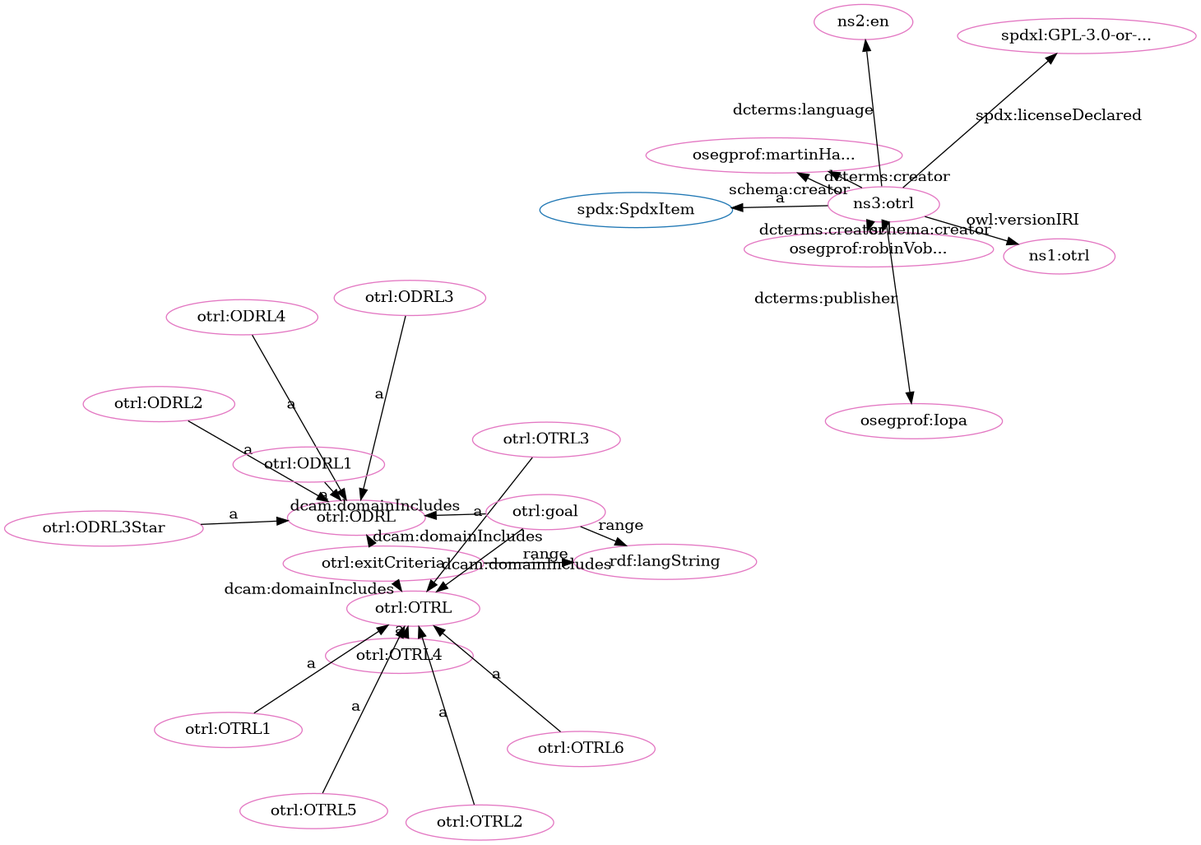
Before: src/spec/fdp_otrl-clean.png, a diagram exported from Graphviz (iop-alliance/OpenKnowHow). Its source is kept beside it as src/spec/fdp_otrl-clean.dot.
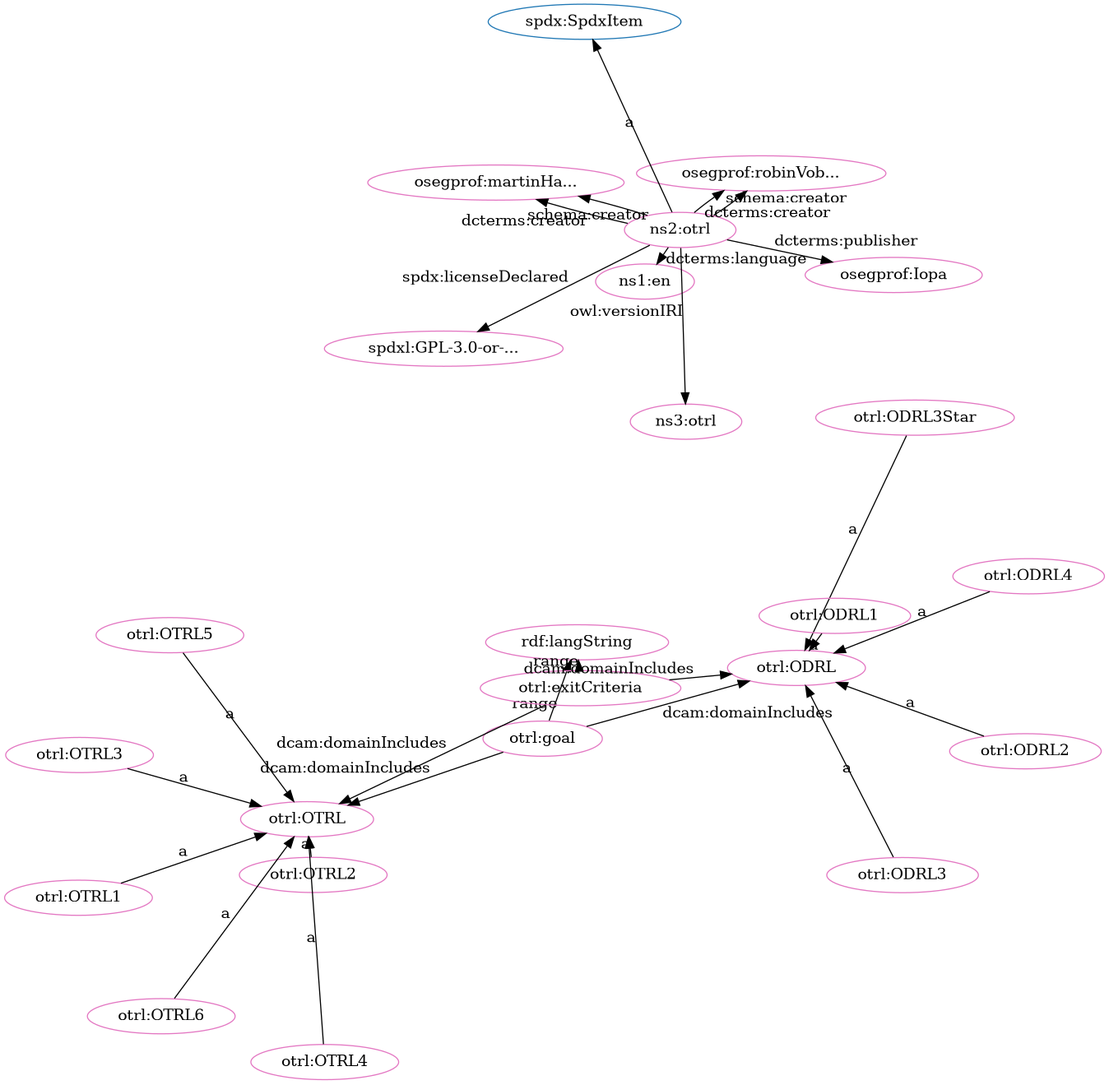
After the commit.

Change to the diagram source:
```diff
@@ -1,56 +1,56 @@
 digraph G {
   rankdir=BT
   node[height=.3]
+"http://spdx.org/rdf/terms#SpdxItem" [fillcolor="#1f77b4" color="#1f77b4" label="spdx:SpdxItem"]
 "http://w3id.org/oseg/ont/otrl#ODRL" [fillcolor="#1f77b4" color="#1f77b4" label="otrl:ODRL"]
 "http://w3id.org/oseg/ont/otrl#OTRL" [fillcolor="#1f77b4" color="#1f77b4" label="otrl:OTRL"]
-"http://spdx.org/rdf/terms#SpdxItem" [fillcolor="#1f77b4" color="#1f77b4" label="spdx:SpdxItem"]
-"http://w3id.org/oseg/ont/1.1.0/otrl" [fillcolor="#e377c2" color="#e377c2" label="ns1:otrl"]
-"http://w3id.org/oseg/ont/oseg-profiles#Iopa" [fillcolor="#e377c2" color="#e377c2" label="osegprof:Iopa"]
+"http://w3id.org/oseg/ont/otrl#OTRL2" [fillcolor="#e377c2" color="#e377c2" label="otrl:OTRL2"]
+"http://w3id.org/oseg/ont/oseg-profiles#robinVobruba" [fillcolor="#e377c2" color="#e377c2" label="osegprof:robinVob..."]
+"http://www.w3.org/1999/02/22-rdf-syntax-ns#langString" [fillcolor="#e377c2" color="#e377c2" label="rdf:langString"]
+"http://id.loc.gov/vocabulary/iso639-1/en" [fillcolor="#e377c2" color="#e377c2" label="ns1:en"]
+"http://w3id.org/oseg/ont/otrl" [fillcolor="#e377c2" color="#e377c2" label="ns2:otrl"]
+"http://w3id.org/oseg/ont/otrl#ODRL3" [fillcolor="#e377c2" color="#e377c2" label="otrl:ODRL3"]
+"http://w3id.org/oseg/ont/otrl#goal" [fillcolor="#e377c2" color="#e377c2" label="otrl:goal"]
+"http://w3id.org/oseg/ont/otrl#ODRL" [fillcolor="#e377c2" color="#e377c2" label="otrl:ODRL"]
+"http://w3id.org/oseg/ont/otrl#exitCriteria" [fillcolor="#e377c2" color="#e377c2" label="otrl:exitCriteria"]
 "http://w3id.org/oseg/ont/otrl#OTRL4" [fillcolor="#e377c2" color="#e377c2" label="otrl:OTRL4"]
+"http://w3id.org/oseg/ont/otrl#OTRL1" [fillcolor="#e377c2" color="#e377c2" label="otrl:OTRL1"]
 "http://w3id.org/oseg/ont/otrl#ODRL2" [fillcolor="#e377c2" color="#e377c2" label="otrl:ODRL2"]
-"http://w3id.org/oseg/ont/oseg-profiles#martinHaeuer" [fillcolor="#e377c2" color="#e377c2" label="osegprof:martinHa..."]
-"http://w3id.org/oseg/ont/otrl#ODRL" [fillcolor="#e377c2" color="#e377c2" label="otrl:ODRL"]
-"http://w3id.org/oseg/ont/otrl#OTRL6" [fillcolor="#e377c2" color="#e377c2" label="otrl:OTRL6"]
-"http://w3id.org/oseg/ont/otrl#exitCriteria" [fillcolor="#e377c2" color="#e377c2" label="otrl:exitCriteria"]
-"http://w3id.org/oseg/ont/otrl#OTRL5" [fillcolor="#e377c2" color="#e377c2" label="otrl:OTRL5"]
-"http://w3id.org/oseg/ont/otrl#OTRL2" [fillcolor="#e377c2" color="#e377c2" label="otrl:OTRL2"]
-"http://spdx.org/licenses/GPL-3.0-or-later" [fillcolor="#e377c2" color="#e377c2" label="spdxl:GPL-3.0-or-..."]
 "http://w3id.org/oseg/ont/otrl#OTRL" [fillcolor="#e377c2" color="#e377c2" label="otrl:OTRL"]
 "http://w3id.org/oseg/ont/otrl#ODRL3Star" [fillcolor="#e377c2" color="#e377c2" label="otrl:ODRL3Star"]
-"http://id.loc.gov/vocabulary/iso639-1/en" [fillcolor="#e377c2" color="#e377c2" label="ns2:en"]
-"http://www.w3.org/1999/02/22-rdf-syntax-ns#langString" [fillcolor="#e377c2" color="#e377c2" label="rdf:langString"]
-"http://w3id.org/oseg/ont/otrl#OTRL1" [fillcolor="#e377c2" color="#e377c2" label="otrl:OTRL1"]
+"http://w3id.org/oseg/ont/oseg-profiles#Iopa" [fillcolor="#e377c2" color="#e377c2" label="osegprof:Iopa"]
+"http://w3id.org/oseg/ont/oseg-profiles#martinHaeuer" [fillcolor="#e377c2" color="#e377c2" label="osegprof:martinHa..."]
+"http://w3id.org/oseg/ont/otrl#OTRL3" [fillcolor="#e377c2" color="#e377c2" label="otrl:OTRL3"]
+"http://spdx.org/licenses/GPL-3.0-or-later" [fillcolor="#e377c2" color="#e377c2" label="spdxl:GPL-3.0-or-..."]
+"http://w3id.org/oseg/ont/1.1.0/otrl" [fillcolor="#e377c2" color="#e377c2" label="ns3:otrl"]
+"http://w3id.org/oseg/ont/otrl#OTRL6" [fillcolor="#e377c2" color="#e377c2" label="otrl:OTRL6"]
+"http://w3id.org/oseg/ont/otrl#OTRL5" [fillcolor="#e377c2" color="#e377c2" label="otrl:OTRL5"]
+"http://w3id.org/oseg/ont/otrl#ODRL1" [fillcolor="#e377c2" color="#e377c2" label="otrl:ODRL1"]
 "http://w3id.org/oseg/ont/otrl#ODRL4" [fillcolor="#e377c2" color="#e377c2" label="otrl:ODRL4"]
-"http://w3id.org/oseg/ont/otrl#ODRL3" [fillcolor="#e377c2" color="#e377c2" label="otrl:ODRL3"]
-"http://w3id.org/oseg/ont/otrl#ODRL1" [fillcolor="#e377c2" color="#e377c2" label="otrl:ODRL1"]
-"http://w3id.org/oseg/ont/otrl#OTRL3" [fillcolor="#e377c2" color="#e377c2" label="otrl:OTRL3"]
-"http://w3id.org/oseg/ont/otrl#goal" [fillcolor="#e377c2" color="#e377c2" label="otrl:goal"]
-"http://w3id.org/oseg/ont/oseg-profiles#robinVobruba" [fillcolor="#e377c2" color="#e377c2" label="osegprof:robinVob..."]
-"http://w3id.org/oseg/ont/otrl" [fillcolor="#e377c2" color="#e377c2" label="ns3:otrl"]
+  "http://w3id.org/oseg/ont/otrl#OTRL2" -> "http://w3id.org/oseg/ont/otrl#OTRL" [label="a"]
+  "http://w3id.org/oseg/ont/otrl" -> "http://w3id.org/oseg/ont/oseg-profiles#robinVobruba" [label="dcterms:creator"]
+  "http://w3id.org/oseg/ont/otrl#exitCriteria" -> "http://www.w3.org/1999/02/22-rdf-syntax-ns#langString" [label="range"]
+  "http://w3id.org/oseg/ont/otrl" -> "http://id.loc.gov/vocabulary/iso639-1/en" [label="dcterms:language"]
+  "http://w3id.org/oseg/ont/otrl#ODRL3" -> "http://w3id.org/oseg/ont/otrl#ODRL" [label="a"]
+  "http://w3id.org/oseg/ont/otrl#exitCriteria" -> "http://w3id.org/oseg/ont/otrl#ODRL" [label="dcam:domainIncludes"]
+  "http://w3id.org/oseg/ont/otrl#ODRL2" -> "http://w3id.org/oseg/ont/otrl#ODRL" [label="a"]
+  "http://w3id.org/oseg/ont/otrl#goal" -> "http://w3id.org/oseg/ont/otrl#OTRL" [label="dcam:domainIncludes"]
   "http://w3id.org/oseg/ont/otrl" -> "http://w3id.org/oseg/ont/oseg-profiles#Iopa" [label="dcterms:publisher"]
+  "http://w3id.org/oseg/ont/otrl" -> "http://spdx.org/rdf/terms#SpdxItem" [label="a"]
+  "http://w3id.org/oseg/ont/otrl" -> "http://w3id.org/oseg/ont/oseg-profiles#martinHaeuer" [label="dcterms:creator"]
+  "http://w3id.org/oseg/ont/otrl" -> "http://spdx.org/licenses/GPL-3.0-or-later" [label="spdx:licenseDeclared"]
+  "http://w3id.org/oseg/ont/otrl#OTRL5" -> "http://w3id.org/oseg/ont/otrl#OTRL" [label="a"]
   "http://w3id.org/oseg/ont/otrl#OTRL4" -> "http://w3id.org/oseg/ont/otrl#OTRL" [label="a"]
-  "http://w3id.org/oseg/ont/otrl" -> "http://w3id.org/oseg/ont/oseg-profiles#martinHaeuer" [label="dcterms:creator"]
-  "http://w3id.org/oseg/ont/otrl#OTRL5" -> "http://w3id.org/oseg/ont/otrl#OTRL" [label="a"]
-  "http://w3id.org/oseg/ont/otrl" -> "http://spdx.org/licenses/GPL-3.0-or-later" [label="spdx:licenseDeclared"]
+  "http://w3id.org/oseg/ont/otrl#OTRL1" -> "http://w3id.org/oseg/ont/otrl#OTRL" [label="a"]
+  "http://w3id.org/oseg/ont/otrl#goal" -> "http://www.w3.org/1999/02/22-rdf-syntax-ns#langString" [label="range"]
   "http://w3id.org/oseg/ont/otrl#ODRL3Star" -> "http://w3id.org/oseg/ont/otrl#ODRL" [label="a"]
-  "http://w3id.org/oseg/ont/otrl" -> "http://id.loc.gov/vocabulary/iso639-1/en" [label="dcterms:language"]
-  "http://w3id.org/oseg/ont/otrl#exitCriteria" -> "http://www.w3.org/1999/02/22-rdf-syntax-ns#langString" [label="range"]
-  "http://w3id.org/oseg/ont/otrl#ODRL4" -> "http://w3id.org/oseg/ont/otrl#ODRL" [label="a"]
-  "http://w3id.org/oseg/ont/otrl#ODRL3" -> "http://w3id.org/oseg/ont/otrl#ODRL" [label="a"]
-  "http://w3id.org/oseg/ont/otrl#ODRL1" -> "http://w3id.org/oseg/ont/otrl#ODRL" [label="a"]
-  "http://w3id.org/oseg/ont/otrl" -> "http://w3id.org/oseg/ont/oseg-profiles#robinVobruba" [label="dcterms:creator"]
+  "http://w3id.org/oseg/ont/otrl#goal" -> "http://w3id.org/oseg/ont/otrl#ODRL" [label="dcam:domainIncludes"]
+  "http://w3id.org/oseg/ont/otrl#exitCriteria" -> "http://w3id.org/oseg/ont/otrl#OTRL" [label="dcam:domainIncludes"]
+  "http://w3id.org/oseg/ont/otrl#OTRL3" -> "http://w3id.org/oseg/ont/otrl#OTRL" [label="a"]
+  "http://w3id.org/oseg/ont/otrl" -> "http://w3id.org/oseg/ont/oseg-profiles#robinVobruba" [label="schema:creator"]
   "http://w3id.org/oseg/ont/otrl" -> "http://w3id.org/oseg/ont/1.1.0/otrl" [label="owl:versionIRI"]
-  "http://w3id.org/oseg/ont/otrl" -> "http://w3id.org/oseg/ont/oseg-profiles#robinVobruba" [label="schema:creator"]
-  "http://w3id.org/oseg/ont/otrl#ODRL2" -> "http://w3id.org/oseg/ont/otrl#ODRL" [label="a"]
-  "http://w3id.org/oseg/ont/otrl#goal" -> "http://w3id.org/oseg/ont/otrl#ODRL" [label="dcam:domainIncludes"]
   "http://w3id.org/oseg/ont/otrl#OTRL6" -> "http://w3id.org/oseg/ont/otrl#OTRL" [label="a"]
   "http://w3id.org/oseg/ont/otrl" -> "http://w3id.org/oseg/ont/oseg-profiles#martinHaeuer" [label="schema:creator"]
-  "http://w3id.org/oseg/ont/otrl#OTRL2" -> "http://w3id.org/oseg/ont/otrl#OTRL" [label="a"]
-  "http://w3id.org/oseg/ont/otrl#goal" -> "http://w3id.org/oseg/ont/otrl#OTRL" [label="dcam:domainIncludes"]
-  "http://w3id.org/oseg/ont/otrl#OTRL1" -> "http://w3id.org/oseg/ont/otrl#OTRL" [label="a"]
-  "http://w3id.org/oseg/ont/otrl#OTRL3" -> "http://w3id.org/oseg/ont/otrl#OTRL" [label="a"]
-  "http://w3id.org/oseg/ont/otrl#goal" -> "http://www.w3.org/1999/02/22-rdf-syntax-ns#langString" [label="range"]
-  "http://w3id.org/oseg/ont/otrl" -> "http://spdx.org/rdf/terms#SpdxItem" [label="a"]
-  "http://w3id.org/oseg/ont/otrl#exitCriteria" -> "http://w3id.org/oseg/ont/otrl#ODRL" [label="dcam:domainIncludes"]
-  "http://w3id.org/oseg/ont/otrl#exitCriteria" -> "http://w3id.org/oseg/ont/otrl#OTRL" [label="dcam:domainIncludes"]
+  "http://w3id.org/oseg/ont/otrl#ODRL1" -> "http://w3id.org/oseg/ont/otrl#ODRL" [label="a"]
+  "http://w3id.org/oseg/ont/otrl#ODRL4" -> "http://w3id.org/oseg/ont/otrl#ODRL" [label="a"]
 }
```
